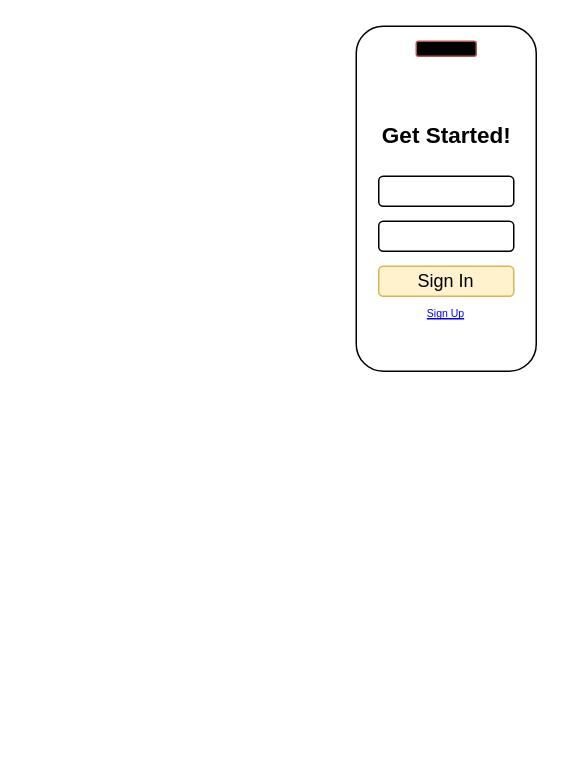
This is Untitled Diagram.drawio from denitsanp/hybridapps, a draw.io file, before an edit. Source tidied: cells renumbered, new cells numbered last; positions are measured from the earlier drawing's top-left corner, leaving out a move shared by most shapes. Both pictures are drawn from the tidied source at 150%, with x=0, y=0 at pixel (356, 26).
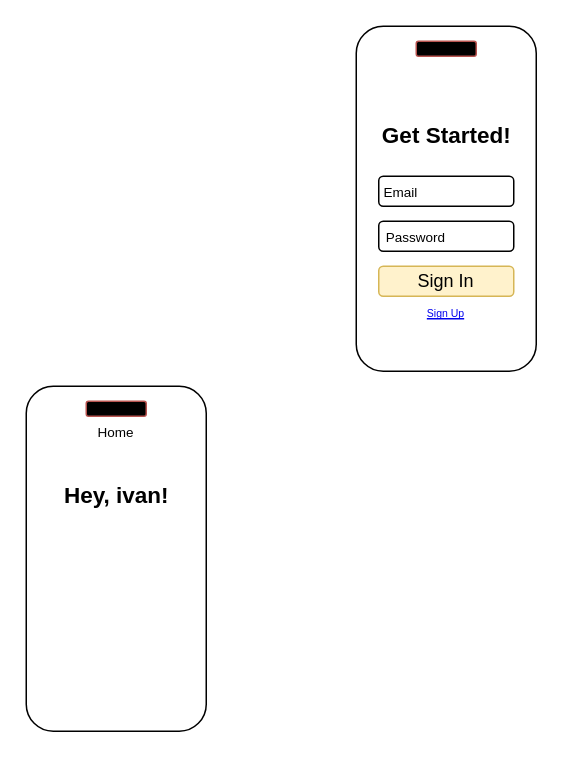
Above is the later version.

Change to the diagram source:
```diff
@@
 <mxGraphModel>
   <root>
     <mxCell id="0" />
     <mxCell id="1" parent="0" />
     <mxCell id="2" style="rounded=1;whiteSpace=wrap;html=1;" parent="1" vertex="1">
       <mxGeometry width="120" height="230" as="geometry" />
     </mxCell>
     <mxCell id="3" style="rounded=1;whiteSpace=wrap;html=1;fillColor=#000000;strokeColor=#b85450;" parent="1" vertex="1">
       <mxGeometry x="40" y="10" width="40" height="10" as="geometry" />
     </mxCell>
     <mxCell id="4" style="rounded=1;whiteSpace=wrap;html=1;" parent="1" vertex="1">
       <mxGeometry x="15" y="100" width="90" height="20" as="geometry" />
     </mxCell>
     <mxCell id="5" style="rounded=1;whiteSpace=wrap;html=1;" parent="1" vertex="1">
       <mxGeometry x="15" y="130" width="90" height="20" as="geometry" />
     </mxCell>
     <mxCell id="6" value="Sign In" style="rounded=1;whiteSpace=wrap;html=1;fillColor=#fff2cc;strokeColor=#d6b656;" parent="1" vertex="1">
       <mxGeometry x="15" y="160" width="90" height="20" as="geometry" />
     </mxCell>
     <mxCell id="7" value="&lt;font style=&quot;font-size: 7px;&quot;&gt;Sign Up&lt;/font&gt;" style="text;html=1;strokeColor=none;fillColor=none;whiteSpace=wrap;align=center;verticalAlign=middle;fontColor=#0000EE;fontStyle=4;" parent="1" vertex="1">
       <mxGeometry x="30" y="170" width="60" height="40" as="geometry" />
     </mxCell>
     <mxCell id="8" value="&lt;span style=&quot;font-size: 15px;&quot;&gt;Get Started!&lt;/span&gt;" style="text;strokeColor=none;fillColor=none;html=1;fontSize=24;fontStyle=1;verticalAlign=middle;align=center;" parent="1" vertex="1">
       <mxGeometry x="10" y="50" width="100" height="40" as="geometry" />
     </mxCell>
+    <mxCell id="9" style="rounded=1;whiteSpace=wrap;html=1;" parent="1" vertex="1">
+      <mxGeometry x="-220" y="240" width="120" height="230" as="geometry" />
+    </mxCell>
+    <mxCell id="10" style="rounded=1;whiteSpace=wrap;html=1;fillColor=#000000;strokeColor=#b85450;" parent="1" vertex="1">
+      <mxGeometry x="-180" y="250" width="40" height="10" as="geometry" />
+    </mxCell>
+    <mxCell id="11" value="&lt;span style=&quot;font-size: 15px;&quot;&gt;Hey, ivan!&lt;/span&gt;" style="text;strokeColor=none;fillColor=none;html=1;fontSize=24;fontStyle=1;verticalAlign=middle;align=center;" parent="1" vertex="1">
+      <mxGeometry x="-210" y="290" width="100" height="40" as="geometry" />
+    </mxCell>
+    <mxCell id="12" value="&lt;font style=&quot;font-size: 9px;&quot;&gt;Home&lt;/font&gt;" style="text;html=1;strokeColor=none;fillColor=none;align=center;verticalAlign=middle;whiteSpace=wrap;overflow=hidden;" parent="1" vertex="1">
+      <mxGeometry x="-200" y="260" width="80" height="20" as="geometry" />
+    </mxCell>
+    <mxCell id="13" value="&lt;font style=&quot;font-size: 9px;&quot;&gt;Email&lt;/font&gt;" style="text;html=1;strokeColor=none;fillColor=none;align=center;verticalAlign=middle;whiteSpace=wrap;overflow=hidden;" parent="1" vertex="1">
+      <mxGeometry x="-10" y="100" width="80" height="20" as="geometry" />
+    </mxCell>
+    <mxCell id="14" value="&lt;font style=&quot;font-size: 9px;&quot;&gt;Password&lt;/font&gt;" style="text;html=1;strokeColor=none;fillColor=none;align=center;verticalAlign=middle;whiteSpace=wrap;overflow=hidden;" parent="1" vertex="1">
+      <mxGeometry y="130" width="80" height="20" as="geometry" />
+    </mxCell>
   </root>
 </mxGraphModel>
```
